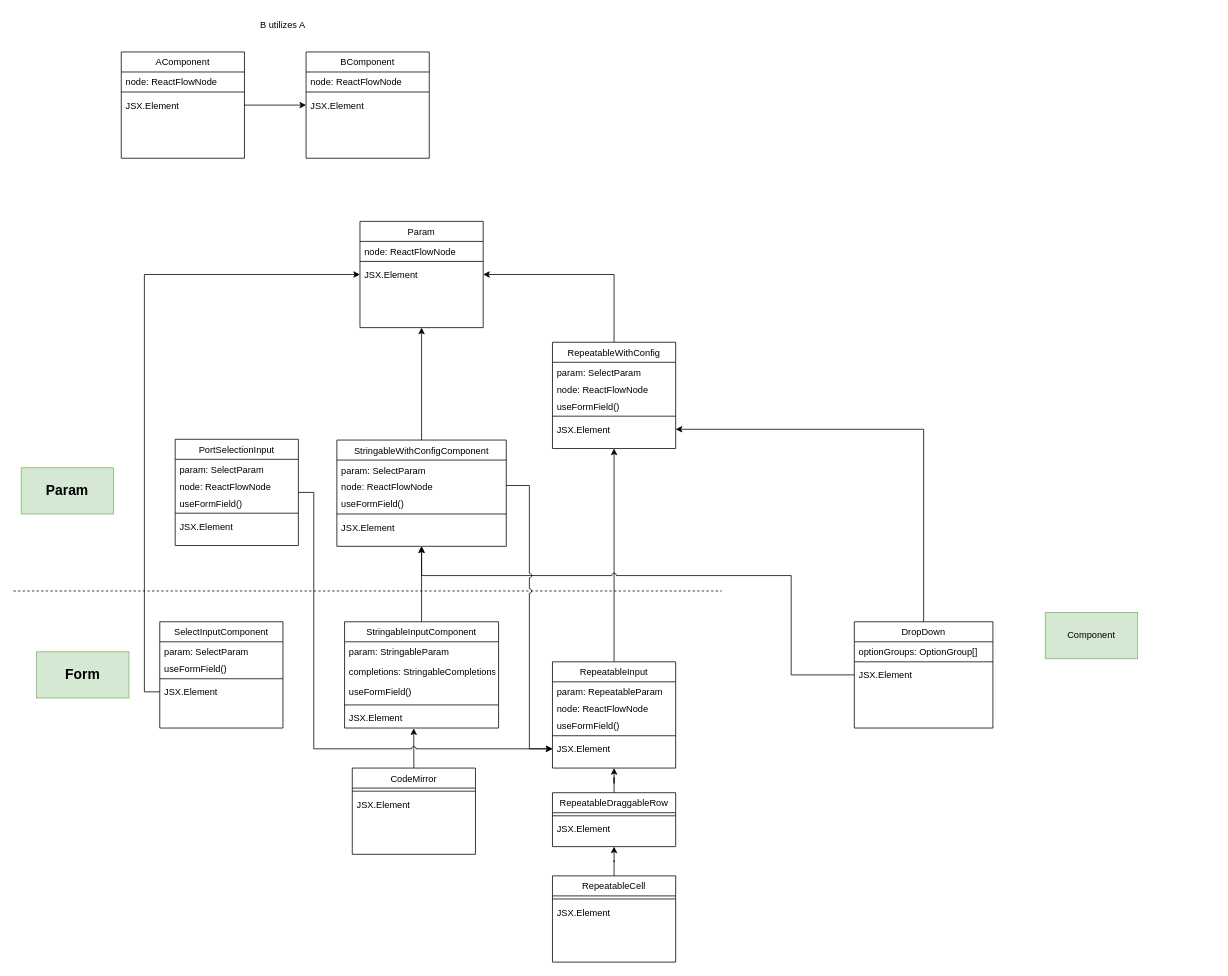
Earlier version of the draw.io diagram page "Page-1" (1 of 3) of Form.drawio (stone-lyl/assets). Source tidied: cells renumbered, new cells numbered last; positions are measured from the earlier drawing's top-left corner, leaving out a move shared by most shapes. Both pictures are drawn from the tidied source at 77%, with x=0, y=0 at pixel (13, 13).
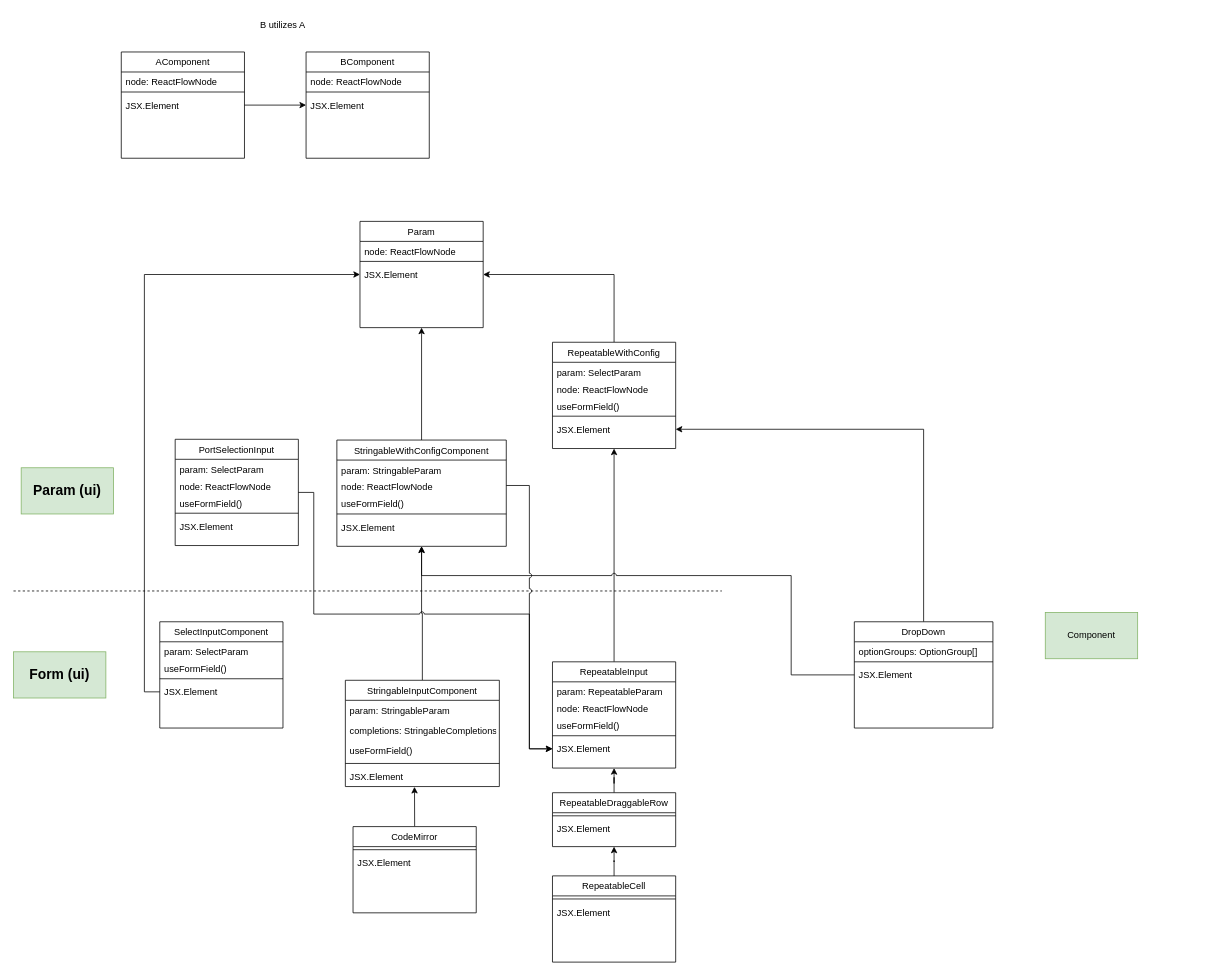
After the change.

Unchanged cells that the change refers to:
```xml
<mxCell id="25" value="JSX.Element" style="text;align=left;verticalAlign=top;spacingLeft=4;spacingRight=4;overflow=hidden;points=[[0,0.5],[1,0.5]];portConstraint=eastwest;" parent="20" vertex="1">
  <mxGeometry y="100" width="160" height="26" as="geometry" />
</mxCell>
<mxCell id="35" value="PortSelectionInput" style="swimlane;fontStyle=0;align=center;verticalAlign=top;horizontal=1;startSize=26;rounded=0;shadow=0;strokeWidth=1;" parent="1" vertex="1">
  <mxGeometry x="210" y="553" width="160" height="138" as="geometry" />
</mxCell>
<mxCell id="55" value="StringableWithConfigComponent" style="swimlane;fontStyle=0;align=center;verticalAlign=top;horizontal=1;startSize=26;rounded=0;shadow=0;strokeWidth=1;" parent="1" vertex="1">
  <mxGeometry x="420" y="554" width="220" height="138" as="geometry" />
</mxCell>
```

Diff of the diagram source:
```diff
@@
     <mxCell id="9" value="StringableInputComponent" style="swimlane;fontStyle=0;align=center;verticalAlign=top;horizontal=1;startSize=26;rounded=0;shadow=0;strokeWidth=1;" parent="1" vertex="1">
-      <mxGeometry x="430" y="790" width="200" height="138" as="geometry" />
+      <mxGeometry x="431" y="866" width="200" height="138" as="geometry" />
     </mxCell>
@@
     <mxCell id="16" value="CodeMirror" style="swimlane;fontStyle=0;align=center;verticalAlign=top;horizontal=1;startSize=26;rounded=0;shadow=0;strokeWidth=1;" parent="1" vertex="1">
-      <mxGeometry x="440" y="980" width="160" height="112" as="geometry" />
+      <mxGeometry x="441" y="1056" width="160" height="112" as="geometry" />
     </mxCell>
@@
     <mxCell id="34" style="edgeStyle=orthogonalEdgeStyle;rounded=0;jettySize=auto;html=1;entryX=0;entryY=0.5;entryDx=0;entryDy=0;jumpStyle=arc;" parent="1" edge="1" source="35" target="25">
       <mxGeometry relative="1" as="geometry">
         <Array as="points">
           <mxPoint x="390" y="622" />
-          <mxPoint x="390" y="955" />
+          <mxPoint x="390" y="780" />
+          <mxPoint x="670" y="780" />
+          <mxPoint x="670" y="955" />
         </Array>
       </mxGeometry>
     </mxCell>
@@
-    <mxCell id="56" value="param: SelectParam" style="text;align=left;verticalAlign=top;spacingLeft=4;spacingRight=4;overflow=hidden;" parent="55" vertex="1">
+    <mxCell id="56" value="param: StringableParam" style="text;align=left;verticalAlign=top;spacingLeft=4;spacingRight=4;overflow=hidden;" parent="55" vertex="1">
       <mxGeometry y="26" width="220" height="22" as="geometry" />
     </mxCell>
@@
-    <mxCell id="66" value="&lt;font style=&quot;font-size: 18px;&quot;&gt;&lt;b&gt;Form&lt;/b&gt;&lt;/font&gt;" style="rounded=0;whiteSpace=wrap;html=1;fillColor=#d5e8d4;strokeColor=#82b366;" parent="1" vertex="1">
-      <mxGeometry x="30" y="829" width="120" height="60" as="geometry" />
+    <mxCell id="66" value="&lt;font style=&quot;font-size: 18px;&quot;&gt;&lt;b&gt;Form (ui)&lt;/b&gt;&lt;/font&gt;" style="rounded=0;whiteSpace=wrap;html=1;fillColor=#d5e8d4;strokeColor=#82b366;" parent="1" vertex="1">
+      <mxGeometry y="829" width="120" height="60" as="geometry" />
     </mxCell>
-    <mxCell id="67" value="&lt;span style=&quot;font-size: 18px;&quot;&gt;&lt;b&gt;Param&lt;/b&gt;&lt;/span&gt;" style="rounded=0;whiteSpace=wrap;html=1;fillColor=#d5e8d4;strokeColor=#82b366;" parent="1" vertex="1">
+    <mxCell id="67" value="&lt;span style=&quot;font-size: 18px;&quot;&gt;&lt;b&gt;Param (ui)&lt;/b&gt;&lt;/span&gt;" style="rounded=0;whiteSpace=wrap;html=1;fillColor=#d5e8d4;strokeColor=#82b366;" parent="1" vertex="1">
       <mxGeometry x="10" y="590" width="120" height="60" as="geometry" />
     </mxCell>
```
